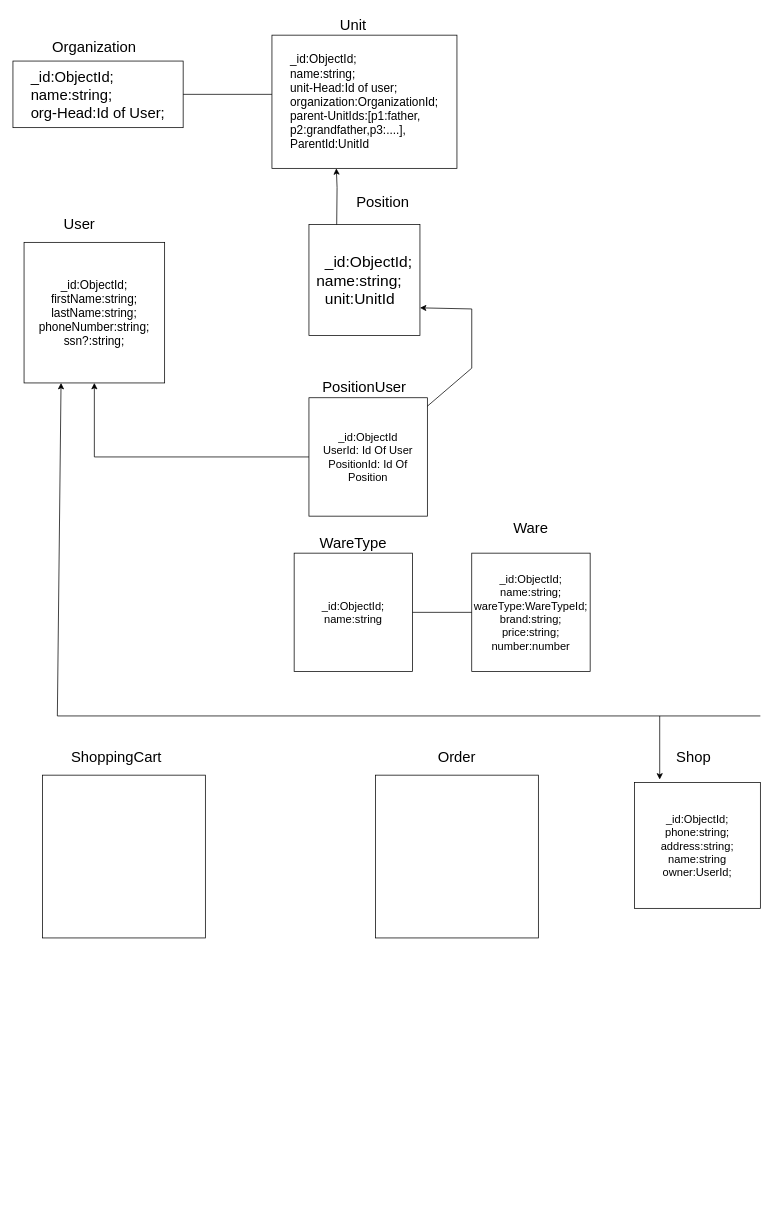
This is Untitled Diagram.drawio from zsattari/Analyasis, a draw.io file, before an edit. Source tidied: cells renumbered, new cells numbered last; positions are measured from the earlier drawing's top-left corner, leaving out a move shared by most shapes. Both pictures are drawn from the tidied source at 74%, with x=0, y=0 at pixel (13, 13).
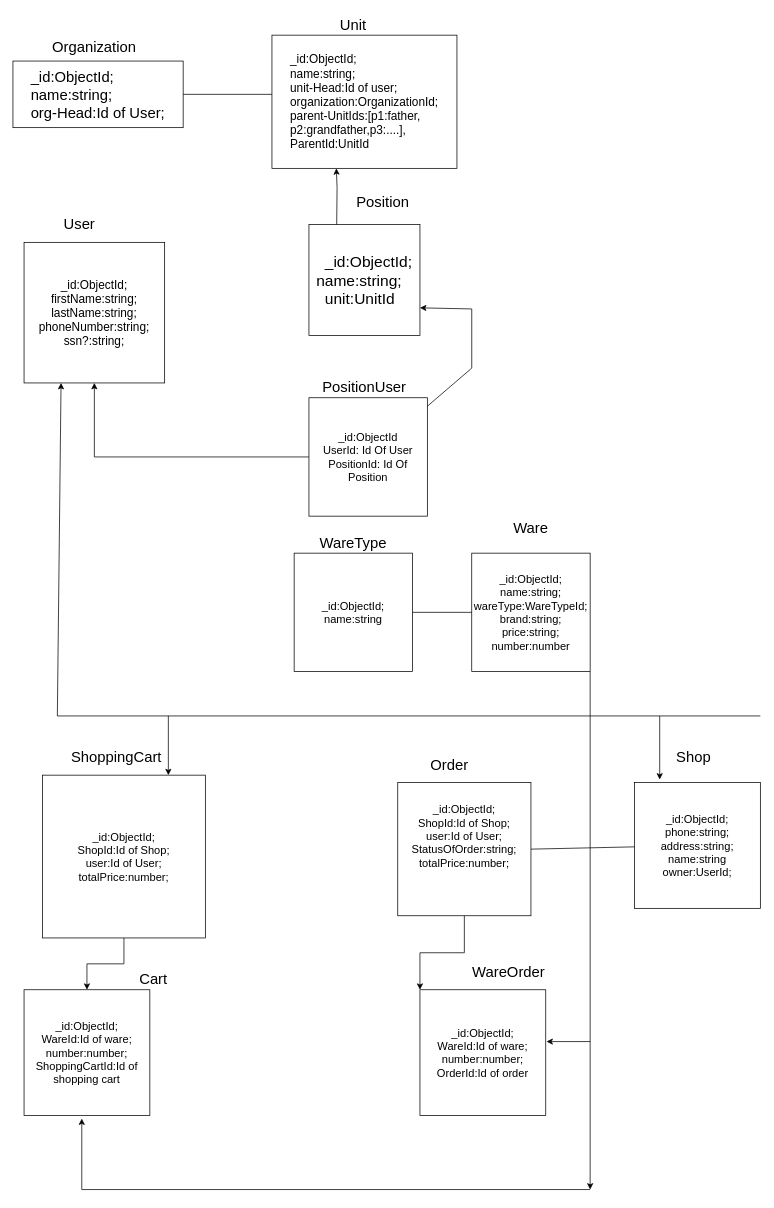
After the change.

Unchanged cells that the change refers to:
```xml
<mxCell id="16" value="&lt;div&gt;_id:ObjectId;&lt;/div&gt;&lt;div&gt;name:string;&lt;/div&gt;&lt;div&gt;wareType:WareTypeId;&lt;/div&gt;&lt;div&gt;brand:string;&lt;/div&gt;&lt;div&gt;price:string;&lt;/div&gt;&lt;div&gt;number:number&lt;br&gt;&lt;/div&gt;" style="whiteSpace=wrap;html=1;fontSize=15;" parent="1" vertex="1">
  <mxGeometry x="620" y="730" width="160" height="160" as="geometry" />
</mxCell>
<mxCell id="25" value="&lt;div&gt;_id:ObjectId;&lt;/div&gt;&lt;div&gt;phone:string;&lt;/div&gt;&lt;div&gt;address:string;&lt;/div&gt;&lt;div&gt;name:string&lt;/div&gt;&lt;div&gt;owner:UserId;&lt;/div&gt;" style="whiteSpace=wrap;html=1;fontSize=15;" parent="1" vertex="1">
  <mxGeometry x="840" y="1040" width="170" height="170" as="geometry" />
</mxCell>
```

The edit, as a diff of the source:
```diff
@@
+    <mxCell id="30" style="edgeStyle=orthogonalEdgeStyle;rounded=0;jettySize=auto;html=1;entryX=0;entryY=0;entryDx=0;entryDy=0;fontSize=15;" parent="1" edge="1" source="21" target="34">
+      <mxGeometry relative="1" as="geometry" />
+    </mxCell>
-    <mxCell id="21" style="whiteSpace=wrap;html=1;fontSize=15;" parent="1" vertex="1">
-      <mxGeometry x="490" y="1030" width="220" height="220" as="geometry" />
+    <mxCell id="21" value="&lt;div&gt;_id:ObjectId;&lt;/div&gt;&lt;div&gt;ShopId:Id of Shop;&lt;/div&gt;&lt;div&gt;user:Id of User;&lt;/div&gt;&lt;div&gt;StatusOfOrder:string;&lt;/div&gt;&lt;div&gt;totalPrice:number;&lt;/div&gt;&lt;div&gt;&lt;br&gt;&lt;/div&gt;&lt;div&gt;&lt;br&gt;&lt;/div&gt;" style="whiteSpace=wrap;html=1;fontSize=15;" parent="1" vertex="1">
+      <mxGeometry x="520" y="1040" width="180" height="180" as="geometry" />
     </mxCell>
     <mxCell id="22" value="Order" style="text;html=1;strokeColor=none;fillColor=none;align=center;verticalAlign=middle;whiteSpace=wrap;rounded=0;fontSize=20;" parent="1" vertex="1">
-      <mxGeometry x="570" y="990" width="60" height="30" as="geometry" />
+      <mxGeometry x="560" y="1000" width="60" height="30" as="geometry" />
     </mxCell>
+    <mxCell id="31" style="edgeStyle=orthogonalEdgeStyle;rounded=0;jettySize=auto;html=1;fontSize=15;" parent="1" edge="1" source="23" target="36">
+      <mxGeometry relative="1" as="geometry" />
+    </mxCell>
-    <mxCell id="23" style="whiteSpace=wrap;html=1;fontSize=15;" parent="1" vertex="1">
+    <mxCell id="23" value="&lt;div&gt;_id:ObjectId;&lt;/div&gt;&lt;div&gt;ShopId:Id of Shop;&lt;/div&gt;&lt;div&gt;user:Id of User;&lt;/div&gt;&lt;div&gt;totalPrice:number;&lt;/div&gt;" style="whiteSpace=wrap;html=1;fontSize=15;" parent="1" vertex="1">
       <mxGeometry x="40" y="1030" width="220" height="220" as="geometry" />
     </mxCell>
@@
+    <mxCell id="32" style="endArrow=none;html=1;rounded=0;fontSize=15;exitX=1;exitY=0.5;exitDx=0;exitDy=0;" parent="1" edge="1" source="21" target="25">
+      <mxGeometry relative="1" as="geometry">
+        <Array as="points">
+          <mxPoint x="700" y="1130" />
+        </Array>
+      </mxGeometry>
+    </mxCell>
+    <mxCell id="33" value="WareOrder" style="text;html=1;strokeColor=none;fillColor=none;align=center;verticalAlign=middle;whiteSpace=wrap;rounded=0;fontSize=20;" parent="1" vertex="1">
+      <mxGeometry x="640" y="1280" width="60" height="30" as="geometry" />
+    </mxCell>
+    <mxCell id="34" value="&lt;div&gt;_id:ObjectId;&lt;/div&gt;&lt;div&gt;WareId:Id of ware;&lt;/div&gt;&lt;div&gt;number:number;&lt;/div&gt;&lt;div&gt;OrderId:Id of order&lt;br&gt;&lt;/div&gt;" style="whiteSpace=wrap;html=1;fontSize=15;" parent="1" vertex="1">
+      <mxGeometry x="550" y="1320" width="170" height="170" as="geometry" />
+    </mxCell>
+    <mxCell id="35" value="Cart" style="text;html=1;strokeColor=none;fillColor=none;align=center;verticalAlign=middle;whiteSpace=wrap;rounded=0;fontSize=20;" parent="1" vertex="1">
+      <mxGeometry x="160" y="1290" width="60" height="30" as="geometry" />
+    </mxCell>
+    <mxCell id="36" value="&lt;div&gt;_id:ObjectId;&lt;/div&gt;&lt;div&gt;WareId:Id of ware;&lt;/div&gt;&lt;div&gt;number:number;&lt;/div&gt;&lt;div&gt;ShoppingCartId:Id of shopping cart&lt;br&gt;&lt;/div&gt;" style="whiteSpace=wrap;html=1;fontSize=15;" parent="1" vertex="1">
+      <mxGeometry x="15" y="1320" width="170" height="170" as="geometry" />
+    </mxCell>
+    <mxCell id="37" style="endArrow=classic;html=1;rounded=0;fontSize=15;" parent="1" edge="1">
+      <mxGeometry relative="1" as="geometry">
+        <mxPoint x="210" y="950" as="sourcePoint" />
+        <mxPoint x="210" y="1030" as="targetPoint" />
+      </mxGeometry>
+    </mxCell>
+    <mxCell id="38" style="endArrow=classic;html=1;rounded=0;fontSize=15;exitX=1;exitY=1;exitDx=0;exitDy=0;" parent="1" edge="1" source="16">
+      <mxGeometry relative="1" as="geometry">
+        <mxPoint x="780" y="1590" as="targetPoint" />
+      </mxGeometry>
+    </mxCell>
+    <mxCell id="39" style="endArrow=classic;html=1;rounded=0;fontSize=15;entryX=1.006;entryY=0.412;entryDx=0;entryDy=0;entryPerimeter=0;" parent="1" edge="1" target="34">
+      <mxGeometry relative="1" as="geometry">
+        <mxPoint x="780" y="1390" as="sourcePoint" />
+      </mxGeometry>
+    </mxCell>
+    <mxCell id="40" style="endArrow=classic;html=1;rounded=0;fontSize=15;entryX=0.459;entryY=1.024;entryDx=0;entryDy=0;entryPerimeter=0;" parent="1" edge="1" target="36">
+      <mxGeometry relative="1" as="geometry">
+        <mxPoint x="780" y="1590" as="sourcePoint" />
+        <Array as="points">
+          <mxPoint x="93" y="1590" />
+        </Array>
+      </mxGeometry>
+    </mxCell>
```
